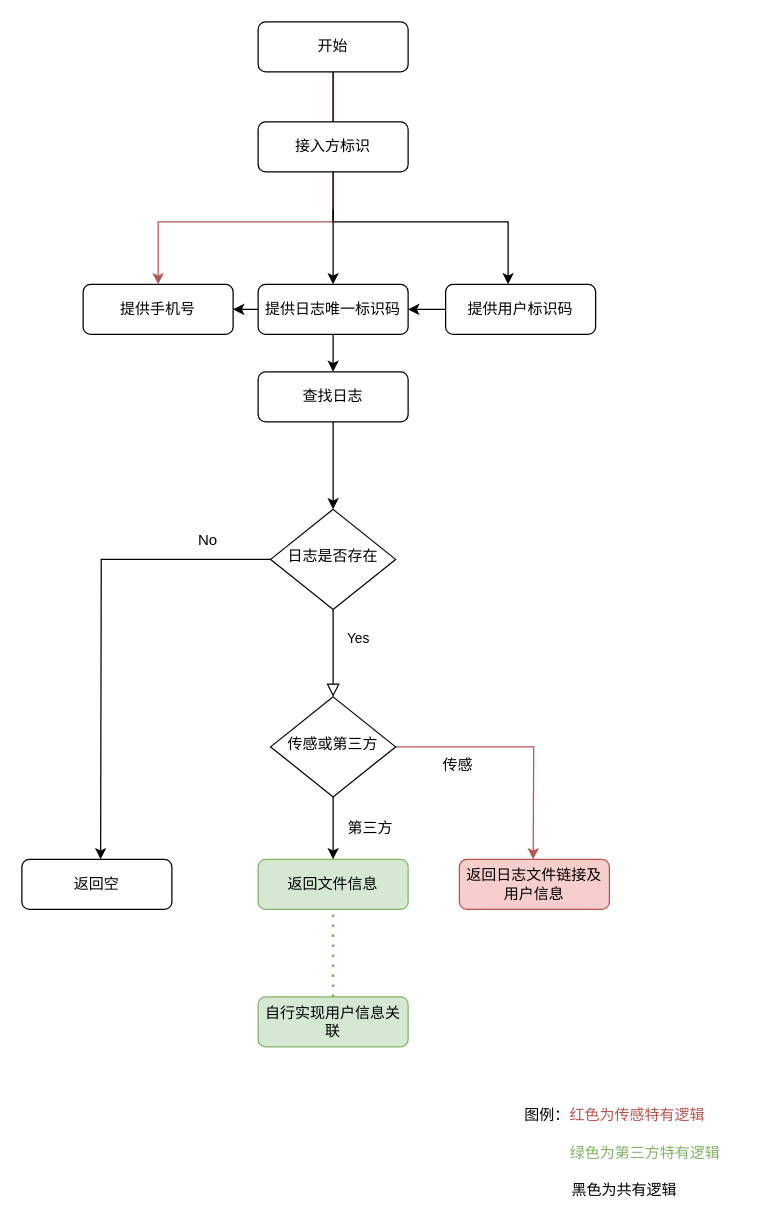
This is txt日志查询流程.drawio from jeefs/mindGraph, a draw.io file, before an edit. Source tidied: cells renumbered, new cells numbered last; positions are measured from the earlier drawing's top-left corner, leaving out a move shared by most shapes. Both pictures are drawn from the tidied source at 125%, with x=0, y=0 at pixel (21, 21).
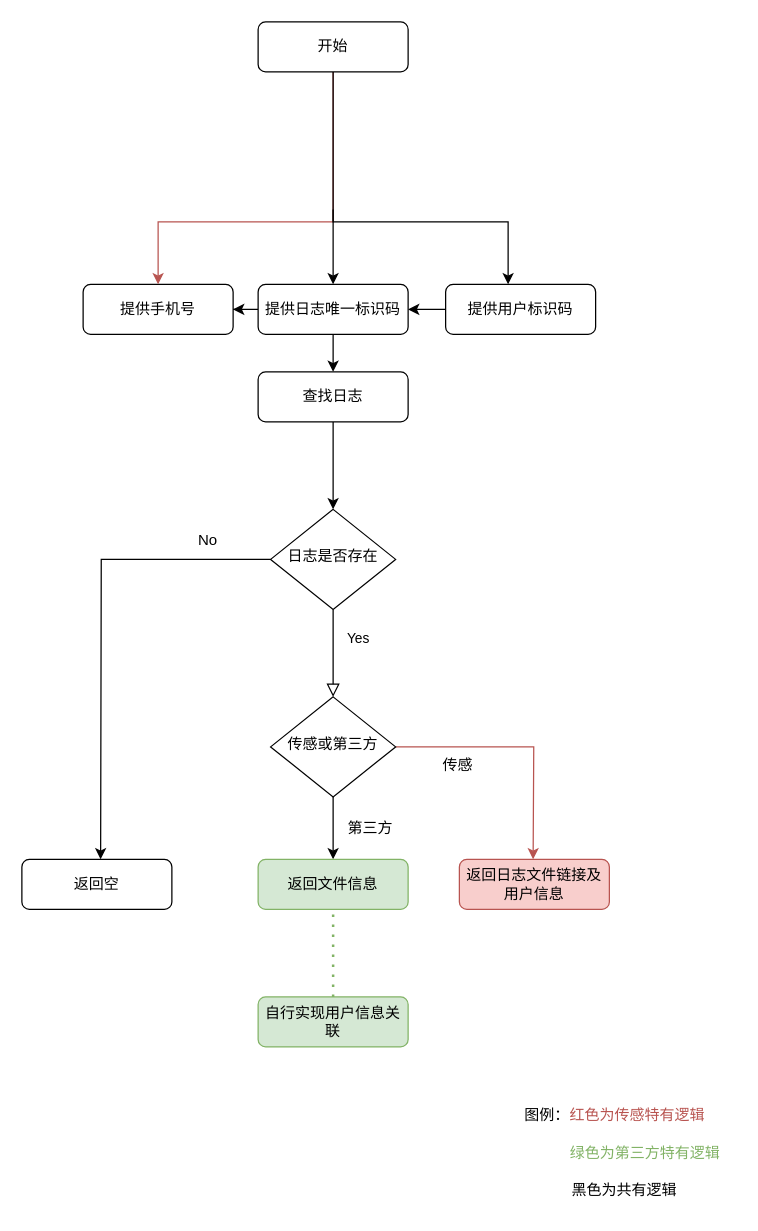
The same diagram, later.

Commit message:
更新txt日志查询流程.drawio

The edit, as a diff of the source:
```diff
@@
-    <mxCell id="26" value="接入方标识" style="rounded=1;whiteSpace=wrap;html=1;fontSize=12;glass=0;strokeWidth=1;shadow=0;" parent="1" vertex="1">
-      <mxGeometry x="189" y="80" width="120" height="40" as="geometry" />
-    </mxCell>
```
